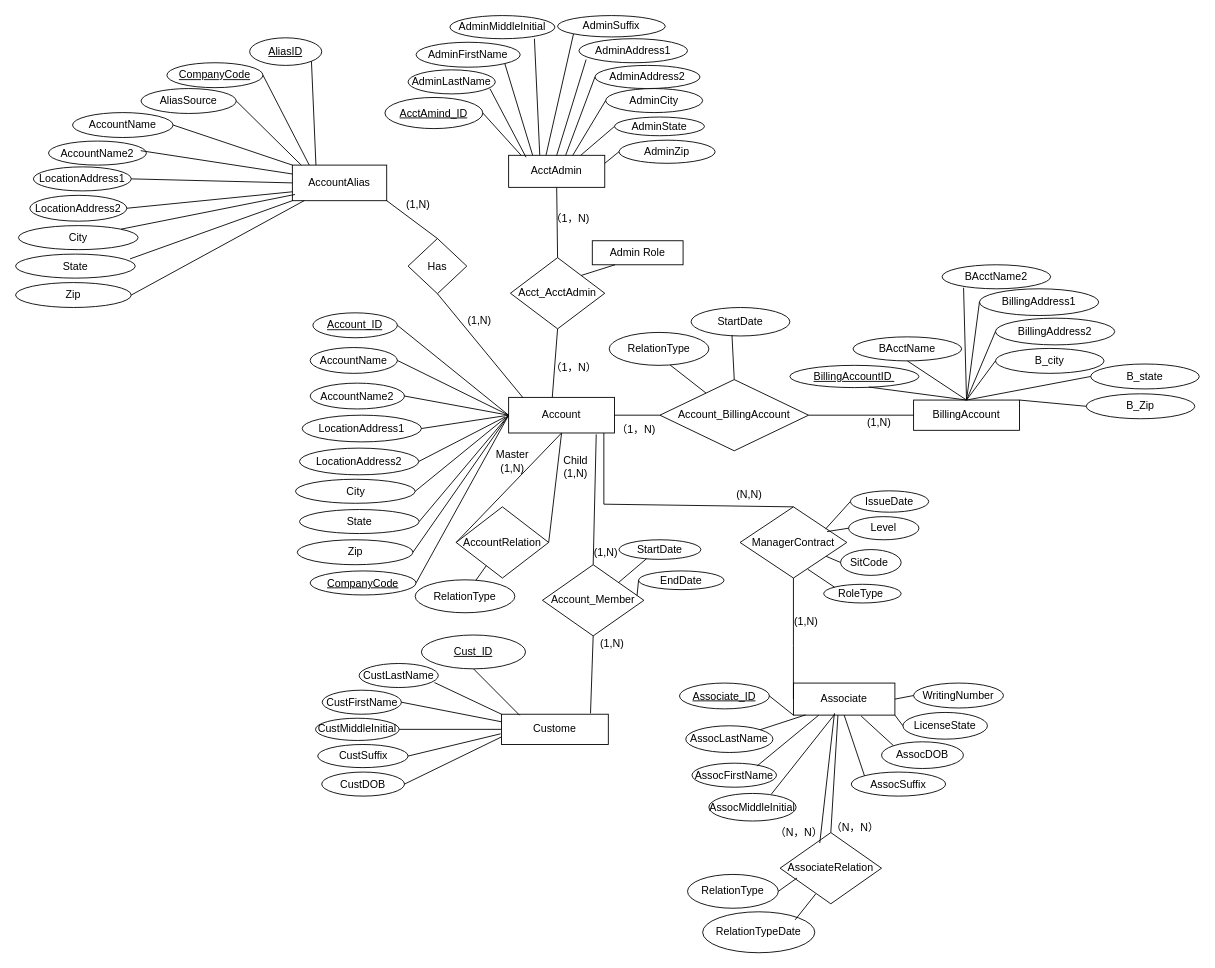
This is page "Page-1" (1 of 2) of dsm-project-p1.drawio from HanquanL/c_practices, a draw.io file, before an edit. Source tidied: cells renumbered, new cells numbered last; positions are measured from the earlier drawing's top-left corner, leaving out a move shared by most shapes. Both pictures are drawn from the tidied source at 89%, with x=0, y=0 at pixel (15, 15).
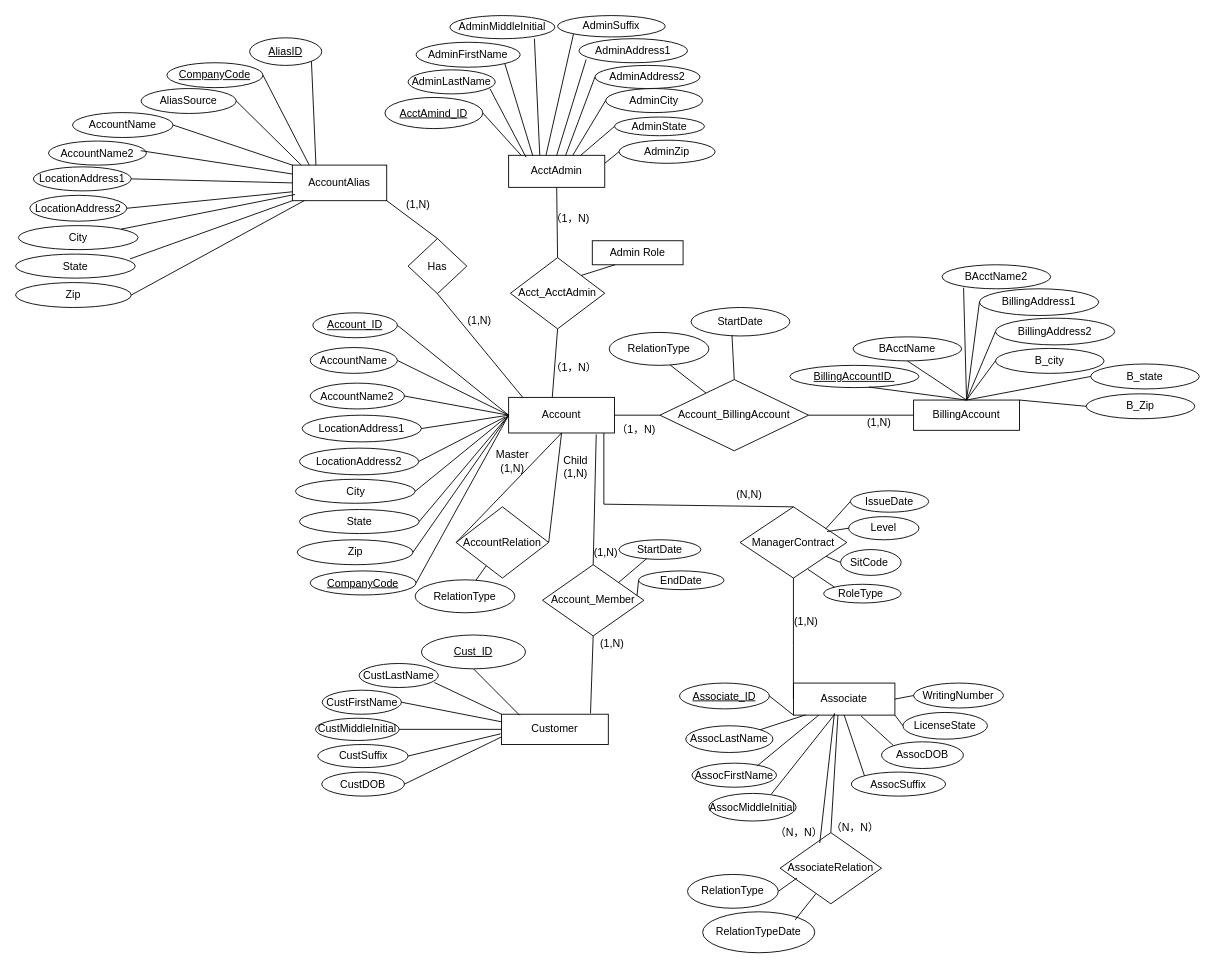
The same diagram, later.

What changed in the source:
```diff
@@
-    <mxCell id="82" value="Custome" style="rounded=0;whiteSpace=wrap;html=1;" parent="1" vertex="1">
+    <mxCell id="82" value="Customer" style="rounded=0;whiteSpace=wrap;html=1;" parent="1" vertex="1">
       <mxGeometry x="546" y="785" width="120" height="34" as="geometry" />
     </mxCell>
```
